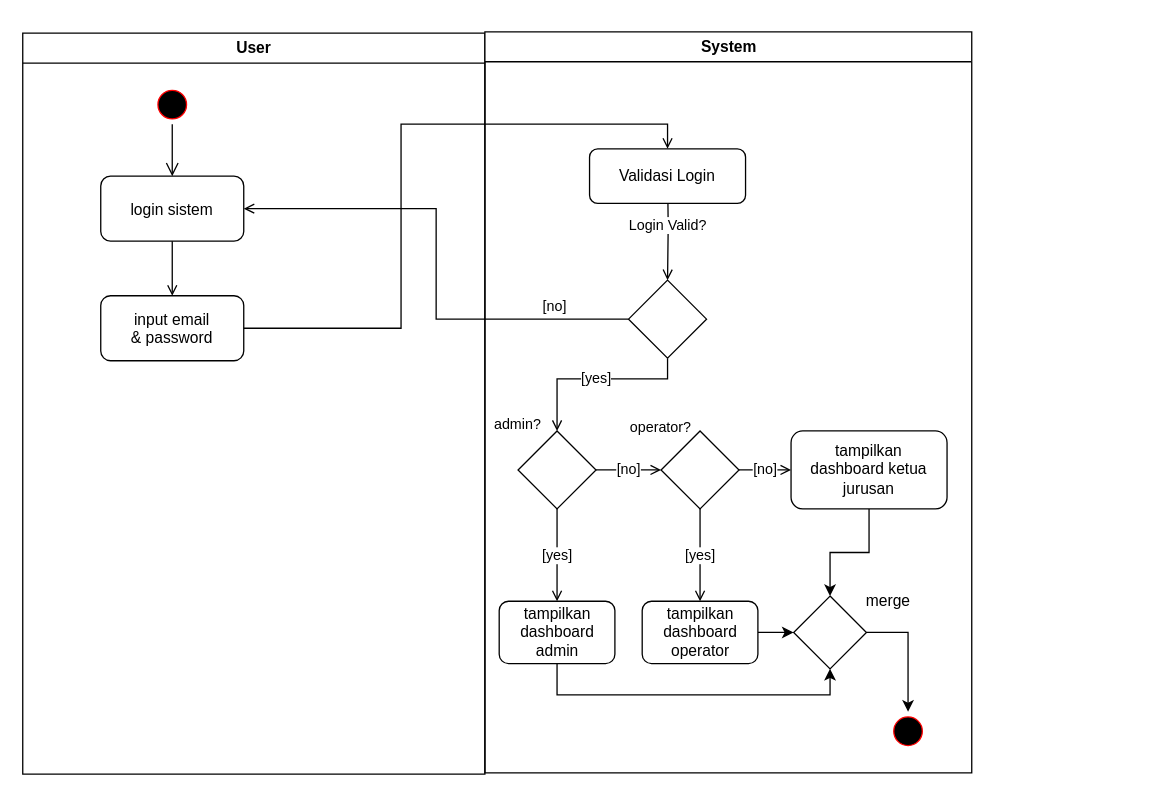
wahyupambudi/skripsi-skom keeps this draw.io diagram as page "Login" (1 of 5) of Activity Diagram.drawio. Above is the earlier version. Source tidied: cells renumbered, new cells numbered last; positions are measured from the earlier drawing's top-left corner, leaving out a move shared by most shapes. Both pictures are drawn from the tidied source at 130%, with x=0, y=0 at pixel (22, 31).
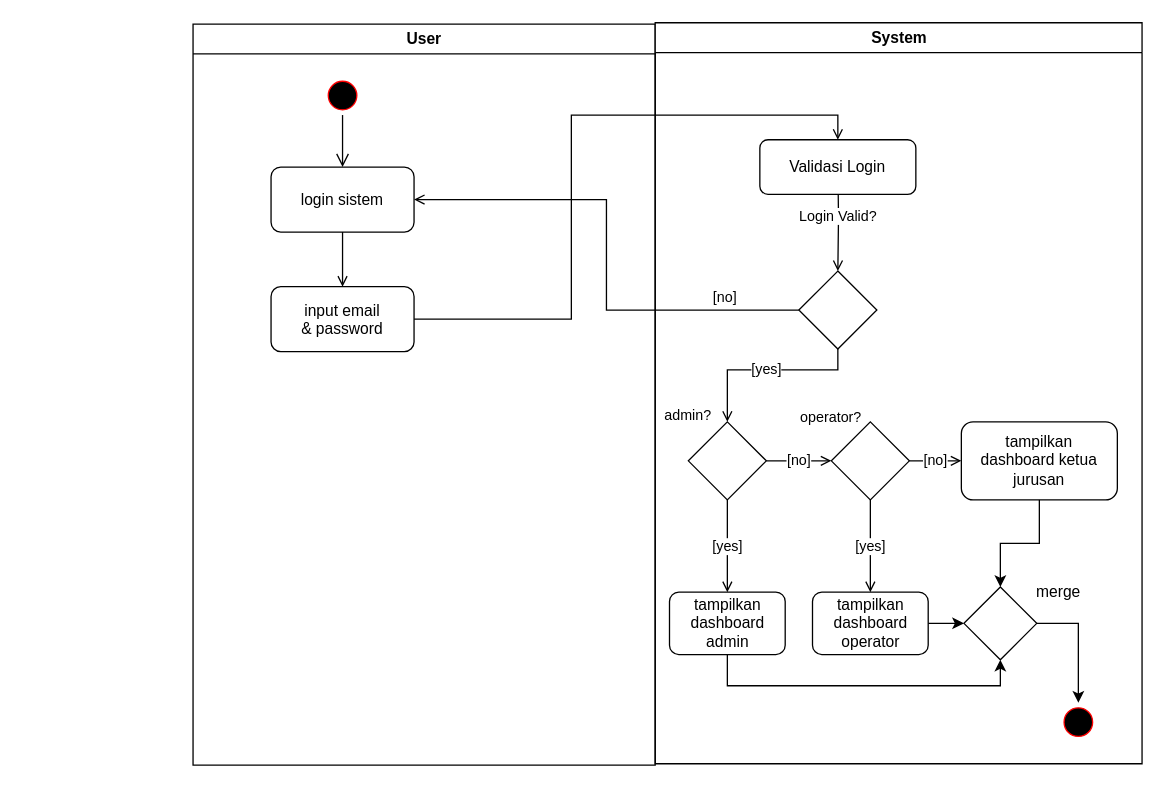
The same page after the edit.

The change refers to these unchanged cells:
```xml
<mxCell id="5" value="login sistem" style="rounded=1;" parent="2" vertex="1">
  <mxGeometry x="60" y="110" width="110" height="50" as="geometry" />
</mxCell>
<mxCell id="6" value="input email &#10;&amp; password" style="rounded=1;" parent="2" vertex="1">
  <mxGeometry x="60" y="202" width="110" height="50" as="geometry" />
</mxCell>
<mxCell id="10" style="rhombus;whiteSpace=wrap;html=1;fillColor=rgb(255, 255, 255);strokeColor=rgb(0, 0, 0);fontColor=rgb(0, 0, 0);rounded=0;" parent="8" vertex="1">
  <mxGeometry x="110.5" y="191" width="60" height="60" as="geometry" />
</mxCell>
<mxCell id="12" value="Validasi Login" style="whiteSpace=wrap;html=1;fillColor=rgb(255, 255, 255);strokeColor=rgb(0, 0, 0);fontColor=rgb(0, 0, 0);rounded=1;" parent="8" vertex="1">
  <mxGeometry x="80.5" y="90" width="120" height="42" as="geometry" />
</mxCell>
```

Diff of the diagram source:
```diff
@@
+    <mxCell id="33" style="group;" parent="1" vertex="1">
+      <mxGeometry x="131" y="-7" width="730" height="571" as="geometry" />
+    </mxCell>
-    <mxCell id="2" value="User" style="swimlane;whiteSpace=wrap;" parent="1" vertex="1">
+    <mxCell id="2" value="User" style="swimlane;whiteSpace=wrap;" parent="33" vertex="1">
       <mxGeometry y="1" width="355.5" height="570" as="geometry" />
     </mxCell>
@@
-    <mxCell id="8" value="System" style="swimlane;whiteSpace=wrap;" parent="1" vertex="1">
+    <mxCell id="8" value="System" style="swimlane;whiteSpace=wrap;" parent="33" vertex="1">
       <mxGeometry x="355.5" width="374.5" height="570" as="geometry" />
     </mxCell>
@@
-    <mxCell id="31" value="[no]" style="edgeStyle=orthogonalEdgeStyle;rounded=0;jettySize=auto;html=1;entryX=1;entryY=0.5;entryDx=0;entryDy=0;endArrow=open;endFill=0;" parent="1" edge="1" source="10" target="5">
+    <mxCell id="31" value="[no]" style="edgeStyle=orthogonalEdgeStyle;rounded=0;jettySize=auto;html=1;entryX=1;entryY=0.5;entryDx=0;entryDy=0;endArrow=open;endFill=0;" parent="33" edge="1" source="10" target="5">
       <mxGeometry x="-0.7" y="-10" relative="1" as="geometry" />
     </mxCell>
-    <mxCell id="32" style="edgeStyle=orthogonalEdgeStyle;rounded=0;jettySize=auto;html=1;entryX=0.5;entryY=0;entryDx=0;entryDy=0;endArrow=open;endFill=0;" parent="1" edge="1" source="6" target="12">
+    <mxCell id="32" style="edgeStyle=orthogonalEdgeStyle;rounded=0;jettySize=auto;html=1;entryX=0.5;entryY=0;entryDx=0;entryDy=0;endArrow=open;endFill=0;" parent="33" edge="1" source="6" target="12">
       <mxGeometry relative="1" as="geometry">
         <Array as="points">
           <mxPoint x="291" y="228" />
           <mxPoint x="291" y="71" />
           <mxPoint x="496" y="71" />
         </Array>
       </mxGeometry>
     </mxCell>
```
